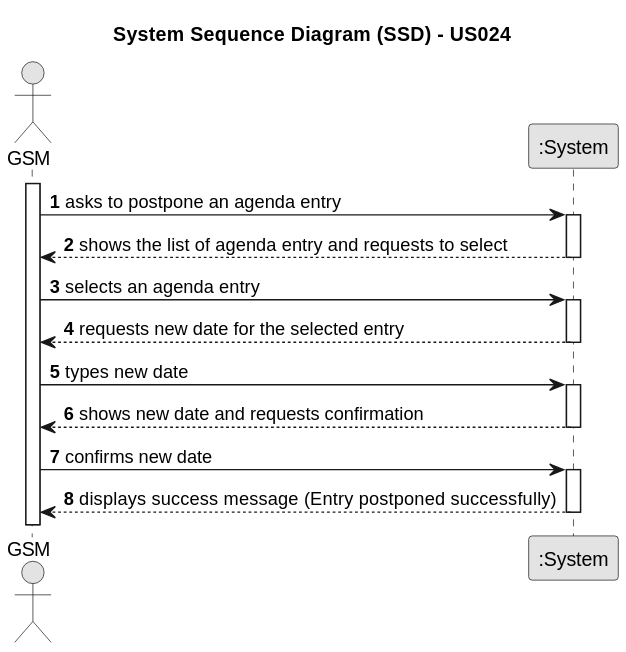
This is docs/sprintC/us024/01.requirements-engineering/svg/us024-system-sequence-diagram-alternative-one.svg from ricardomm7/leaflink, a PlantUML export, as it was before one commit.
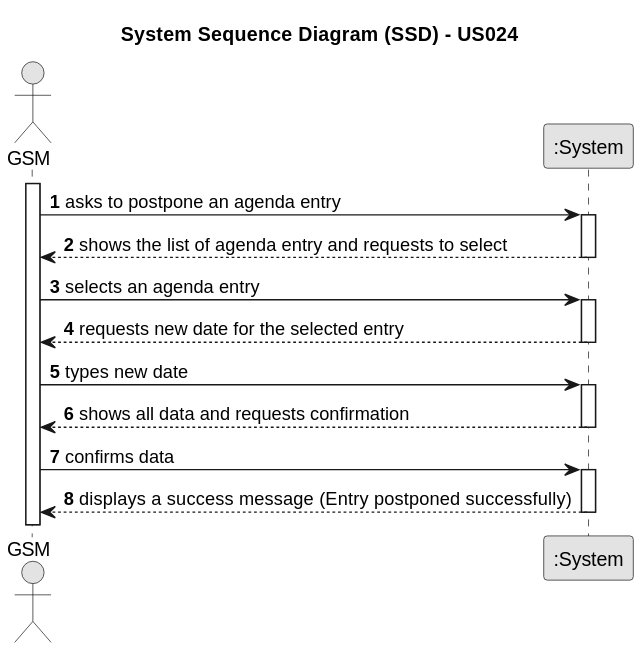
The same file after the commit.

Change to the diagram source:
```diff
@@ -29,12 +29,12 @@
 
     activate System
 
-        System --> GSM : shows new date and requests confirmation
+        System --> GSM : shows all data and requests confirmation
     deactivate System
 
-    GSM -> System : confirms new date
+    GSM -> System : confirms data
     activate System
 
-        System --> GSM : displays success message (Entry postponed successfully)
+        System --> GSM : displays a success message (Entry postponed successfully)
     deactivate System
 @enduml
```
